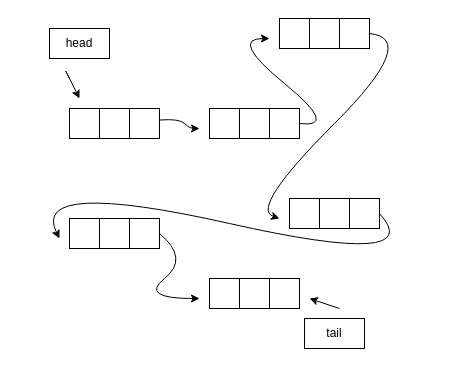
Before: test.drawio in hammadshakeelai/Data-Structures-in-Cpp, a draw.io diagram. Source tidied: cells renumbered, new cells numbered last; positions are measured from the earlier drawing's top-left corner, leaving out a move shared by most shapes. Both pictures are drawn from the tidied source at 100%, with x=0, y=0 at pixel (29, 18).
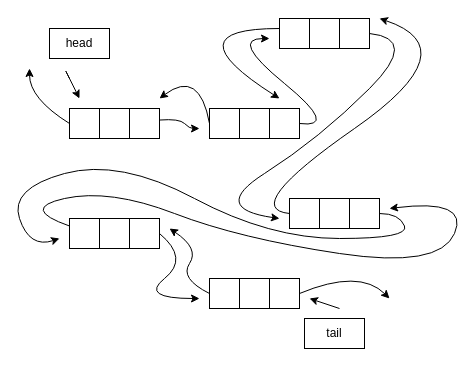
After the change.

Unchanged cells that the change refers to:
```xml
<mxCell id="2" style="shape=process;whiteSpace=wrap;html=1;backgroundOutline=1;size=0.3333333333333333;" parent="1" vertex="1">
  <mxGeometry x="40" y="90" width="90" height="30" as="geometry" />
</mxCell>
<mxCell id="3" style="shape=process;whiteSpace=wrap;html=1;backgroundOutline=1;size=0.3333333333333333;" parent="1" vertex="1">
  <mxGeometry x="250" width="90" height="30" as="geometry" />
</mxCell>
<mxCell id="4" style="shape=process;whiteSpace=wrap;html=1;backgroundOutline=1;size=0.3333333333333333;" parent="1" vertex="1">
  <mxGeometry x="260" y="180" width="90" height="30" as="geometry" />
</mxCell>
<mxCell id="5" style="shape=process;whiteSpace=wrap;html=1;backgroundOutline=1;size=0.3333333333333333;" parent="1" vertex="1">
  <mxGeometry x="180" y="260" width="90" height="30" as="geometry" />
</mxCell>
<mxCell id="6" style="shape=process;whiteSpace=wrap;html=1;backgroundOutline=1;size=0.3333333333333333;" parent="1" vertex="1">
  <mxGeometry x="40" y="200" width="90" height="30" as="geometry" />
</mxCell>
```

What changed in the source:
```diff
@@
     <mxCell id="13" style="curved=1;endArrow=classic;html=1;exitX=1;exitY=0.5;exitDx=0;exitDy=0;" parent="1" edge="1" source="3">
       <mxGeometry relative="1" as="geometry">
         <mxPoint x="250" y="200" as="targetPoint" />
         <Array as="points">
           <mxPoint x="390" y="20" />
-          <mxPoint x="220" y="190" />
+          <mxPoint x="290" y="120" />
+          <mxPoint x="180" y="190" />
         </Array>
       </mxGeometry>
     </mxCell>
     <mxCell id="14" style="curved=1;endArrow=classic;html=1;exitX=1;exitY=0.5;exitDx=0;exitDy=0;" parent="1" edge="1" source="4">
       <mxGeometry relative="1" as="geometry">
         <mxPoint x="30" y="220" as="targetPoint" />
         <Array as="points">
-          <mxPoint x="400" y="250" />
-          <mxPoint y="160" />
+          <mxPoint x="370" y="195" />
+          <mxPoint x="380" y="220" />
+          <mxPoint x="240" y="220" />
+          <mxPoint x="90" y="140" />
+          <mxPoint x="-20" y="170" />
+          <mxPoint y="230" />
         </Array>
       </mxGeometry>
     </mxCell>
@@
+    <mxCell id="17" style="curved=1;endArrow=classic;html=1;exitX=0;exitY=0.5;exitDx=0;exitDy=0;" parent="1" edge="1" source="2">
+      <mxGeometry relative="1" as="geometry">
+        <mxPoint y="50" as="targetPoint" />
+        <Array as="points">
+          <mxPoint y="80" />
+        </Array>
+      </mxGeometry>
+    </mxCell>
+    <mxCell id="18" style="curved=1;endArrow=classic;html=1;exitX=0;exitY=0.5;exitDx=0;exitDy=0;" parent="1" edge="1">
+      <mxGeometry relative="1" as="geometry">
+        <mxPoint x="180" y="105" as="sourcePoint" />
+        <mxPoint x="130" y="80" as="targetPoint" />
+        <Array as="points">
+          <mxPoint x="170" y="50" />
+        </Array>
+      </mxGeometry>
+    </mxCell>
+    <mxCell id="19" style="curved=1;endArrow=classic;html=1;exitX=0;exitY=0.5;exitDx=0;exitDy=0;" parent="1" edge="1">
+      <mxGeometry relative="1" as="geometry">
+        <mxPoint x="250" y="10" as="sourcePoint" />
+        <mxPoint x="250" y="80" as="targetPoint" />
+        <Array as="points">
+          <mxPoint x="140" y="10" />
+        </Array>
+      </mxGeometry>
+    </mxCell>
+    <mxCell id="20" style="curved=1;endArrow=classic;html=1;exitX=0;exitY=0.5;exitDx=0;exitDy=0;" parent="1" edge="1" source="4">
+      <mxGeometry relative="1" as="geometry">
+        <mxPoint x="350" as="targetPoint" />
+        <Array as="points">
+          <mxPoint x="210" y="190" />
+          <mxPoint x="440" y="30" />
+        </Array>
+      </mxGeometry>
+    </mxCell>
+    <mxCell id="21" style="curved=1;endArrow=classic;html=1;exitX=0;exitY=0.5;exitDx=0;exitDy=0;" parent="1" edge="1" source="5">
+      <mxGeometry relative="1" as="geometry">
+        <mxPoint x="140" y="210" as="targetPoint" />
+        <Array as="points">
+          <mxPoint x="150" y="260" />
+          <mxPoint x="170" y="230" />
+        </Array>
+      </mxGeometry>
+    </mxCell>
+    <mxCell id="22" style="curved=1;endArrow=classic;html=1;exitX=1;exitY=0.5;exitDx=0;exitDy=0;" parent="1" edge="1" source="5">
+      <mxGeometry relative="1" as="geometry">
+        <mxPoint x="360" y="280" as="targetPoint" />
+        <Array as="points">
+          <mxPoint x="330" y="250" />
+        </Array>
+      </mxGeometry>
+    </mxCell>
+    <mxCell id="23" style="curved=1;endArrow=classic;html=1;exitX=0;exitY=0.25;exitDx=0;exitDy=0;" parent="1" edge="1" source="6">
+      <mxGeometry relative="1" as="geometry">
+        <mxPoint x="360" y="190" as="targetPoint" />
+        <Array as="points">
+          <mxPoint x="-10" y="190" />
+          <mxPoint x="80" y="170" />
+          <mxPoint x="210" y="220" />
+          <mxPoint x="410" y="250" />
+          <mxPoint x="440" y="180" />
+        </Array>
+      </mxGeometry>
+    </mxCell>
```
